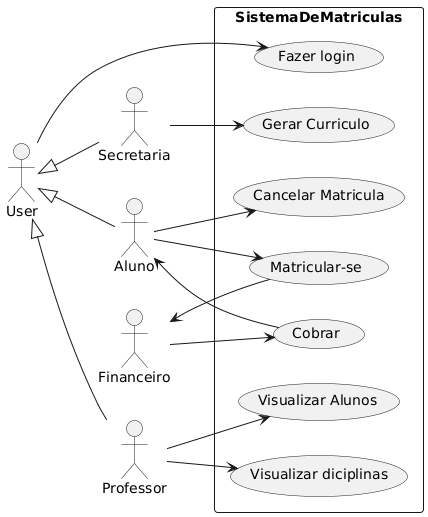
This is lab1/project/img/usecase1.png from RenatoMAP77/LDS-Projetos-PRG, a PlantUML export, as it was before one commit.
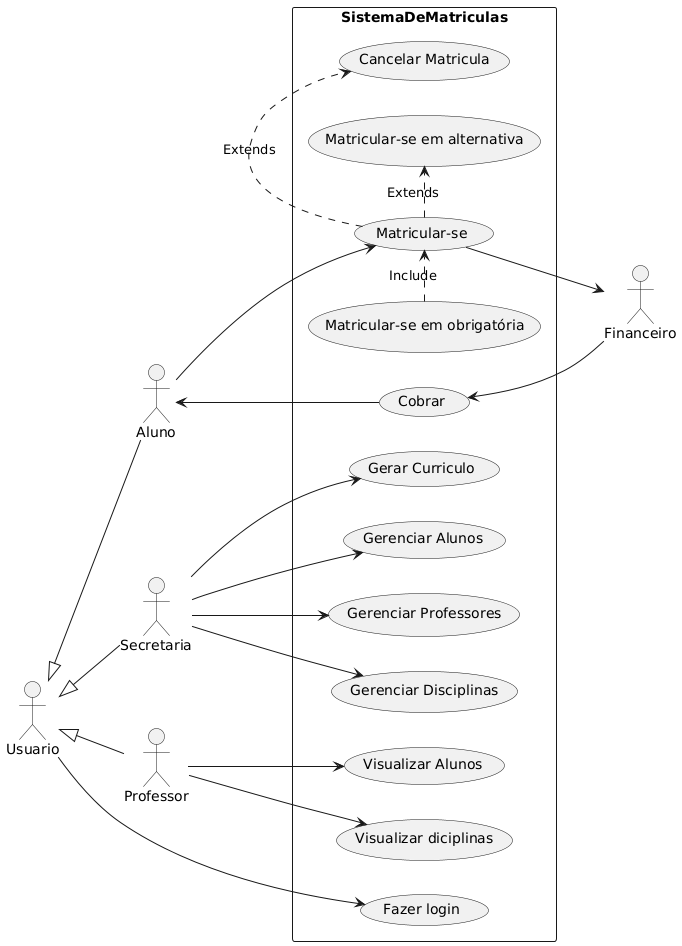
After the change.

Diff of the diagram source:
```diff
@@ -1,7 +1,7 @@
 @startuml
 left to right direction
 
-Actor "User" as US
+Actor "Usuario" as US
 Actor "Aluno" as AL
 Actor "Secretaria" as SC
 Actor "Professor" as PR
@@ -19,14 +19,24 @@
 usecase "Cobrar" as UC6
 usecase "Cancelar Matricula" as UC7
 usecase "Visualizar diciplinas" as UC8
+usecase "Matricular-se em obrigatória" as UC9
+usecase "Matricular-se em alternativa" as UC10
+usecase "Gerenciar Alunos" as UC11
+usecase "Gerenciar Professores" as UC12
+usecase "Gerenciar Disciplinas" as UC13
 }
 
 
 
 
 SC --> UC1
+SC --> UC11
+SC --> UC12
+SC --> UC13
 AL --> UC2
-AL --> UC7
+(UC2).> (UC7):Extends
+(UC9).> (UC2):Include
+(UC2).> (UC10):Extends
 US --> UC3
 PR --> UC5
 PR --> UC8
```
